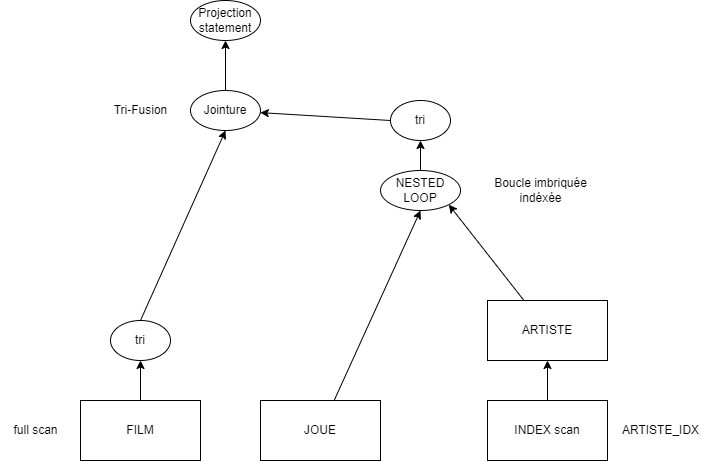
Before: Exercice3/questions3_3_a.drawio.png, a diagram exported from draw.io (antonincacadetruire/MiniProjet). Source tidied: cells renumbered, new cells last; positions are measured from the earlier drawing's top-left corner, leaving out a move shared by most shapes. The source it was exported from:
```xml
<mxGraphModel>
  <root>
    <mxCell id="0" />
    <mxCell id="1" parent="0" />
    <mxCell id="2" style="edgeStyle=none;html=1;exitX=0.5;exitY=0;exitDx=0;exitDy=0;entryX=0.5;entryY=1;entryDx=0;entryDy=0;" parent="1" edge="1" source="3" target="6">
      <mxGeometry relative="1" as="geometry" />
    </mxCell>
    <mxCell id="3" value="FILM" style="whiteSpace=wrap;html=1;" parent="1" vertex="1">
      <mxGeometry x="80" y="400" width="120" height="60" as="geometry" />
    </mxCell>
    <mxCell id="4" value="full scan" style="text;html=1;align=center;verticalAlign=middle;strokeColor=none;fillColor=none;" parent="1" vertex="1">
      <mxGeometry y="415" width="70" height="30" as="geometry" />
    </mxCell>
    <mxCell id="5" style="edgeStyle=none;html=1;exitX=0.5;exitY=0;exitDx=0;exitDy=0;entryX=0.5;entryY=1;entryDx=0;entryDy=0;" parent="1" edge="1" source="6" target="19">
      <mxGeometry relative="1" as="geometry" />
    </mxCell>
    <mxCell id="6" value="tri" style="ellipse;whiteSpace=wrap;html=1;" parent="1" vertex="1">
      <mxGeometry x="110" y="320" width="60" height="40" as="geometry" />
    </mxCell>
    <mxCell id="7" style="edgeStyle=none;html=1;entryX=0.5;entryY=1;entryDx=0;entryDy=0;" parent="1" edge="1" source="8" target="10">
      <mxGeometry relative="1" as="geometry" />
    </mxCell>
    <mxCell id="8" value="INDEX scan" style="whiteSpace=wrap;html=1;" parent="1" vertex="1">
      <mxGeometry x="487" y="400" width="120" height="60" as="geometry" />
    </mxCell>
    <mxCell id="9" style="edgeStyle=none;html=1;entryX=1;entryY=1;entryDx=0;entryDy=0;" parent="1" edge="1" source="10" target="15">
      <mxGeometry relative="1" as="geometry" />
    </mxCell>
    <mxCell id="10" value="ARTISTE" style="whiteSpace=wrap;html=1;" parent="1" vertex="1">
      <mxGeometry x="487" y="300" width="120" height="60" as="geometry" />
    </mxCell>
    <mxCell id="11" value="ARTISTE_IDX" style="text;html=1;align=center;verticalAlign=middle;strokeColor=none;fillColor=none;" parent="1" vertex="1">
      <mxGeometry x="610" y="415" width="100" height="30" as="geometry" />
    </mxCell>
    <mxCell id="12" style="edgeStyle=none;html=1;entryX=0.5;entryY=1;entryDx=0;entryDy=0;" parent="1" edge="1" source="13" target="15">
      <mxGeometry relative="1" as="geometry" />
    </mxCell>
    <mxCell id="13" value="JOUE" style="whiteSpace=wrap;html=1;" parent="1" vertex="1">
      <mxGeometry x="260" y="400" width="120" height="60" as="geometry" />
    </mxCell>
    <mxCell id="14" style="edgeStyle=none;html=1;exitX=0.5;exitY=0;exitDx=0;exitDy=0;entryX=0.5;entryY=1;entryDx=0;entryDy=0;" parent="1" edge="1" source="15" target="17">
      <mxGeometry relative="1" as="geometry" />
    </mxCell>
    <mxCell id="15" value="NESTED LOOP" style="ellipse;whiteSpace=wrap;html=1;" parent="1" vertex="1">
      <mxGeometry x="380" y="170" width="80" height="40" as="geometry" />
    </mxCell>
    <mxCell id="16" style="edgeStyle=none;html=1;exitX=0;exitY=0.5;exitDx=0;exitDy=0;" parent="1" edge="1" source="17" target="19">
      <mxGeometry relative="1" as="geometry" />
    </mxCell>
    <mxCell id="17" value="tri" style="ellipse;whiteSpace=wrap;html=1;" parent="1" vertex="1">
      <mxGeometry x="390" y="100" width="60" height="40" as="geometry" />
    </mxCell>
    <mxCell id="18" style="edgeStyle=none;html=1;exitX=0.5;exitY=0;exitDx=0;exitDy=0;entryX=0.5;entryY=1;entryDx=0;entryDy=0;" parent="1" edge="1" source="19" target="22">
      <mxGeometry relative="1" as="geometry" />
    </mxCell>
    <mxCell id="19" value="Jointure" style="ellipse;whiteSpace=wrap;html=1;" parent="1" vertex="1">
      <mxGeometry x="190" y="90" width="70" height="40" as="geometry" />
    </mxCell>
    <mxCell id="20" value="Tri-Fusion" style="text;html=1;align=center;verticalAlign=middle;strokeColor=none;fillColor=none;" parent="1" vertex="1">
      <mxGeometry x="100" y="95" width="80" height="30" as="geometry" />
    </mxCell>
    <mxCell id="21" value="Boucle imbriquée &lt;br&gt;indéxée" style="text;html=1;align=center;verticalAlign=middle;strokeColor=none;fillColor=none;" parent="1" vertex="1">
      <mxGeometry x="480" y="170" width="120" height="40" as="geometry" />
    </mxCell>
    <mxCell id="22" value="Projection statement" style="ellipse;whiteSpace=wrap;html=1;" parent="1" vertex="1">
      <mxGeometry x="190" width="70" height="40" as="geometry" />
    </mxCell>
  </root>
</mxGraphModel>
```
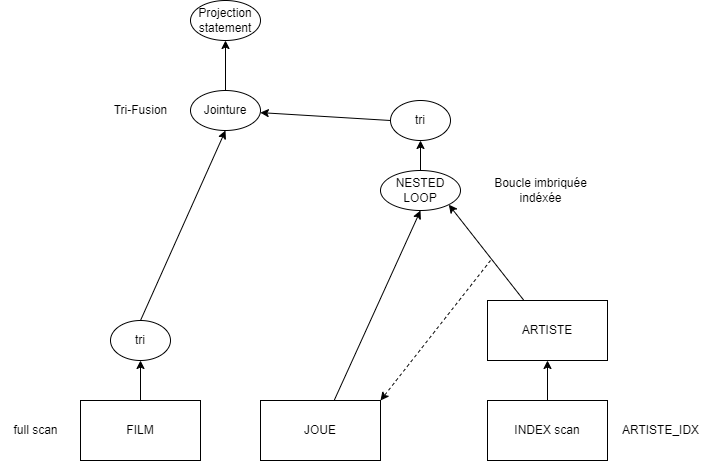
The same file after the commit.

The edit, as a diff of the source:
```diff
@@ -65,5 +65,10 @@
     <mxCell id="22" value="Projection statement" style="ellipse;whiteSpace=wrap;html=1;" parent="1" vertex="1">
       <mxGeometry x="190" width="70" height="40" as="geometry" />
     </mxCell>
+    <mxCell id="23" style="edgeStyle=none;html=1;entryX=1;entryY=0;entryDx=0;entryDy=0;dashed=1;" parent="1" edge="1" target="13">
+      <mxGeometry relative="1" as="geometry">
+        <mxPoint x="490" y="260" as="sourcePoint" />
+      </mxGeometry>
+    </mxCell>
   </root>
 </mxGraphModel>
```
